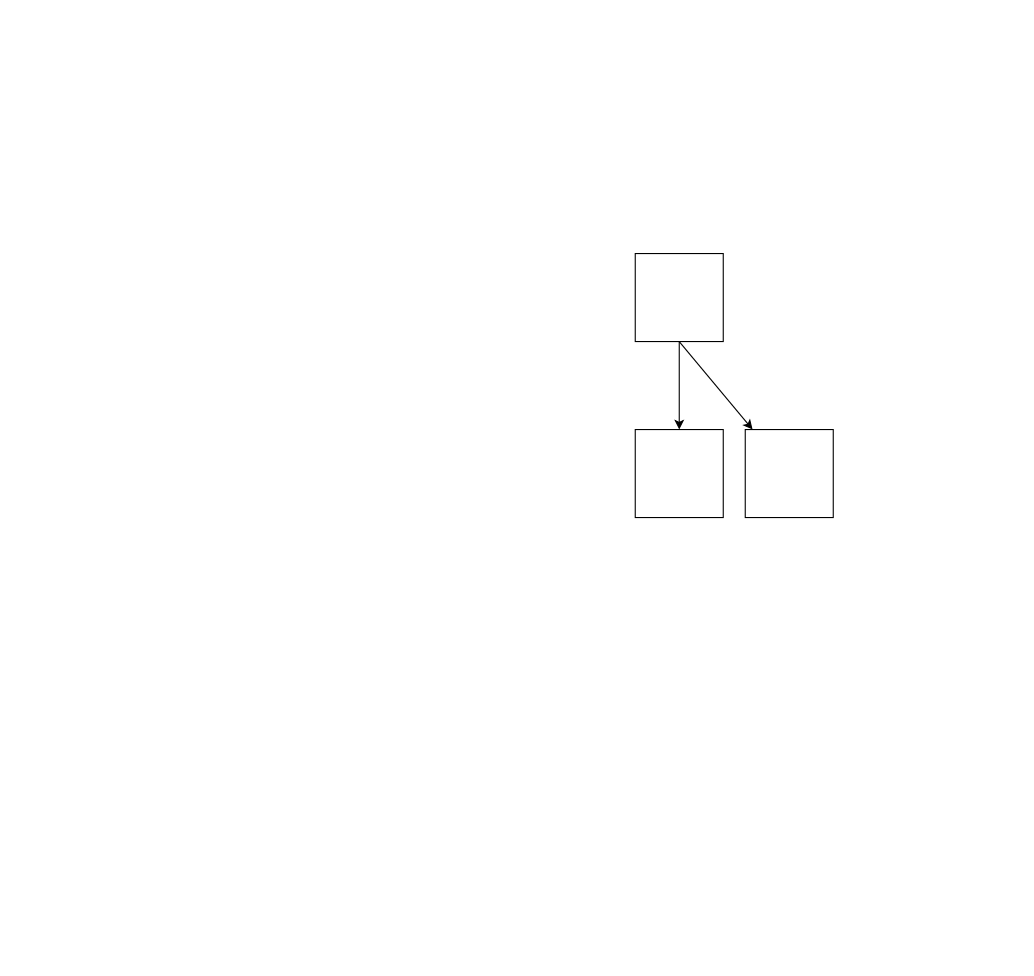
Above: Untitled Diagram.drawio in dlweek-thing/Brainrot_Filter (draw.io), before the change. Source tidied: cells renumbered, new cells numbered last; positions are measured from the earlier drawing's top-left corner, leaving out a move shared by most shapes. Both pictures are drawn from the tidied source at 110%, with x=0, y=0 at pixel (635, 253).
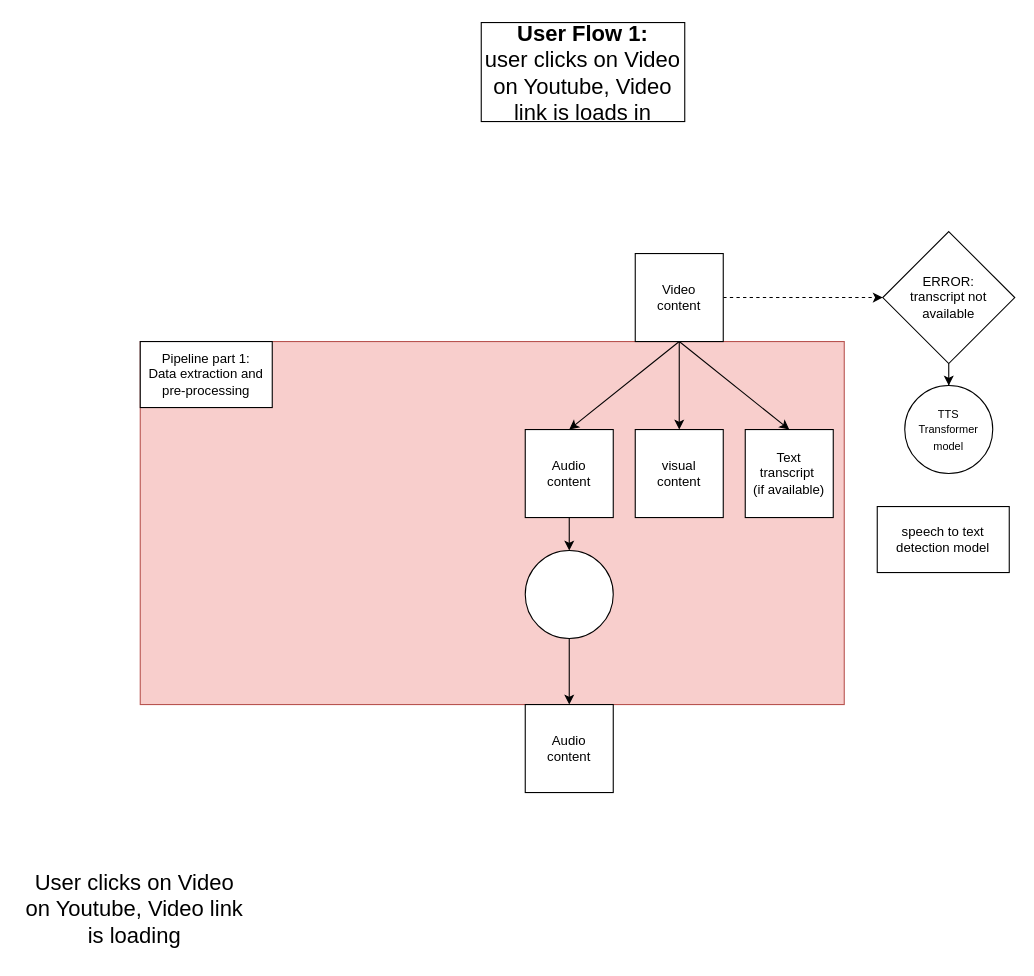
The same diagram, later.

Diff of the diagram source:
```diff
@@
+    <mxCell id="7" style="rounded=0;whiteSpace=wrap;html=1;fillColor=#f8cecc;strokeColor=#b85450;" parent="1" vertex="1">
+      <mxGeometry x="-450" y="80" width="640" height="330" as="geometry" />
+    </mxCell>
@@
-    <mxCell id="3" style="rounded=0;jettySize=auto;html=1;exitX=0.5;exitY=1;exitDx=0;exitDy=0;" parent="1" edge="1" source="4" target="6">
+    <mxCell id="3" style="rounded=0;jettySize=auto;html=1;exitX=0.5;exitY=1;exitDx=0;exitDy=0;entryX=0.5;entryY=0;entryDx=0;entryDy=0;" parent="1" edge="1" source="4" target="6">
       <mxGeometry relative="1" as="geometry" />
     </mxCell>
+    <mxCell id="8" style="rounded=0;jettySize=auto;html=1;exitX=0.5;exitY=1;exitDx=0;exitDy=0;entryX=0.5;entryY=0;entryDx=0;entryDy=0;" parent="1" edge="1" source="4" target="14">
+      <mxGeometry relative="1" as="geometry" />
+    </mxCell>
+    <mxCell id="9" style="rounded=0;jettySize=auto;html=1;dashed=1;" parent="1" edge="1" source="4" target="16">
+      <mxGeometry relative="1" as="geometry" />
+    </mxCell>
-    <mxCell id="4" style="whiteSpace=wrap;html=1;" parent="1" vertex="1">
+    <mxCell id="4" value="Video &lt;br&gt;content" style="whiteSpace=wrap;html=1;" parent="1" vertex="1">
       <mxGeometry width="80" height="80" as="geometry" />
     </mxCell>
-    <mxCell id="5" style="whiteSpace=wrap;html=1;" parent="1" vertex="1">
+    <mxCell id="5" value="visual &lt;br&gt;content" style="whiteSpace=wrap;html=1;" parent="1" vertex="1">
       <mxGeometry y="160" width="80" height="80" as="geometry" />
     </mxCell>
-    <mxCell id="6" style="whiteSpace=wrap;html=1;" parent="1" vertex="1">
+    <mxCell id="6" value="Text transcript&amp;nbsp;&lt;br&gt;(if available)" style="whiteSpace=wrap;html=1;" parent="1" vertex="1">
       <mxGeometry x="100" y="160" width="80" height="80" as="geometry" />
     </mxCell>
+    <mxCell id="10" value="&lt;font style=&quot;font-size: 20px;&quot;&gt;&lt;b&gt;User Flow 1: &lt;/b&gt;&lt;br&gt;user clicks on Video on Youtube, Video link is loads in&lt;/font&gt;" style="text;html=1;align=center;verticalAlign=middle;whiteSpace=wrap;rounded=0;strokeColor=default;spacingTop=10;spacingBottom=10;" parent="1" vertex="1">
+      <mxGeometry x="-140" y="-210" width="185" height="90" as="geometry" />
+    </mxCell>
+    <mxCell id="11" value="&lt;font style=&quot;font-size: 20px;&quot;&gt;User clicks on Video on Youtube, Video link is loading&lt;/font&gt;" style="text;html=1;align=center;verticalAlign=middle;whiteSpace=wrap;rounded=0;" parent="1" vertex="1">
+      <mxGeometry x="-560" y="550" width="210" height="90" as="geometry" />
+    </mxCell>
+    <mxCell id="12" value="Pipeline part 1: &lt;br&gt;Data extraction and pre-processing" style="rounded=0;whiteSpace=wrap;html=1;" parent="1" vertex="1">
+      <mxGeometry x="-450" y="80" width="120" height="60" as="geometry" />
+    </mxCell>
+    <mxCell id="13" style="edgeStyle=orthogonalEdgeStyle;rounded=0;jettySize=auto;html=1;" parent="1" edge="1" source="21" target="19">
+      <mxGeometry relative="1" as="geometry" />
+    </mxCell>
+    <mxCell id="14" value="Audio&lt;br&gt;content" style="whiteSpace=wrap;html=1;" parent="1" vertex="1">
+      <mxGeometry x="-100" y="160" width="80" height="80" as="geometry" />
+    </mxCell>
+    <mxCell id="15" style="edgeStyle=orthogonalEdgeStyle;rounded=0;jettySize=auto;html=1;" parent="1" edge="1" source="16" target="18">
+      <mxGeometry relative="1" as="geometry" />
+    </mxCell>
+    <mxCell id="16" value="ERROR: &lt;br&gt;transcript not available" style="rhombus;whiteSpace=wrap;html=1;" parent="1" vertex="1">
+      <mxGeometry x="225" y="-20" width="120" height="120" as="geometry" />
+    </mxCell>
+    <mxCell id="17" value="speech to text detection model" style="whiteSpace=wrap;html=1;" parent="1" vertex="1">
+      <mxGeometry x="220" y="230" width="120" height="60" as="geometry" />
+    </mxCell>
+    <mxCell id="18" value="&lt;font style=&quot;font-size: 10px;&quot;&gt;TTS &lt;br&gt;Transformer model&lt;/font&gt;" style="ellipse;whiteSpace=wrap;html=1;" parent="1" vertex="1">
+      <mxGeometry x="245" y="120" width="80" height="80" as="geometry" />
+    </mxCell>
+    <mxCell id="19" value="Audio&lt;br&gt;content" style="whiteSpace=wrap;html=1;" parent="1" vertex="1">
+      <mxGeometry x="-100" y="410" width="80" height="80" as="geometry" />
+    </mxCell>
+    <mxCell id="20" style="edgeStyle=orthogonalEdgeStyle;rounded=0;jettySize=auto;html=1;" parent="1" edge="1" source="14" target="21">
+      <mxGeometry relative="1" as="geometry" />
+    </mxCell>
+    <mxCell id="21" style="ellipse;whiteSpace=wrap;html=1;" parent="1" vertex="1">
+      <mxGeometry x="-100" y="270" width="80" height="80" as="geometry" />
+    </mxCell>
```
